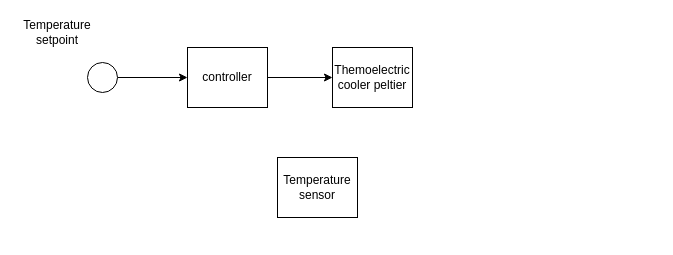
Earlier version of the draw.io diagram blockdiagram.drawio (Taweechokk/file). Source tidied: cells renumbered, new cells numbered last; positions are measured from the earlier drawing's top-left corner, leaving out a move shared by most shapes. Both pictures are drawn from the tidied source at 100%, with x=0, y=0 at pixel (27, 17).
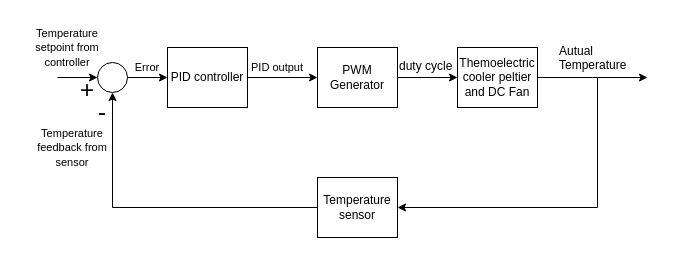
After the change.

The edit, as a diff of the source:
```diff
@@
-    <mxCell id="2" style="edgeStyle=orthogonalEdgeStyle;rounded=0;jettySize=auto;html=1;" parent="1" edge="1" source="3" target="4">
-      <mxGeometry relative="1" as="geometry" />
-    </mxCell>
+    <mxCell id="9" style="edgeStyle=orthogonalEdgeStyle;rounded=0;jettySize=auto;html=1;" parent="1" edge="1" source="3" target="18">
+      <mxGeometry relative="1" as="geometry" />
+    </mxCell>
-    <mxCell id="3" value="controller" style="rounded=0;whiteSpace=wrap;html=1;" parent="1" vertex="1">
-      <mxGeometry x="160" y="30" width="80" height="60" as="geometry" />
+    <mxCell id="3" value="PID controller" style="rounded=0;whiteSpace=wrap;html=1;" parent="1" vertex="1">
+      <mxGeometry x="140" y="30" width="80" height="60" as="geometry" />
     </mxCell>
+    <mxCell id="10" style="edgeStyle=orthogonalEdgeStyle;rounded=0;jettySize=auto;html=1;" parent="1" edge="1" source="4">
+      <mxGeometry relative="1" as="geometry">
+        <mxPoint x="620" y="60" as="targetPoint" />
+      </mxGeometry>
+    </mxCell>
-    <mxCell id="4" value="Themoelectric cooler peltier" style="rounded=0;whiteSpace=wrap;html=1;" parent="1" vertex="1">
-      <mxGeometry x="305" y="30" width="80" height="60" as="geometry" />
+    <mxCell id="4" value="Themoelectric cooler peltier&lt;div&gt;and DC Fan&lt;/div&gt;" style="rounded=0;whiteSpace=wrap;html=1;" parent="1" vertex="1">
+      <mxGeometry x="430" y="30" width="80" height="60" as="geometry" />
     </mxCell>
+    <mxCell id="11" style="edgeStyle=orthogonalEdgeStyle;rounded=0;jettySize=auto;html=1;entryX=0.5;entryY=1;entryDx=0;entryDy=0;" parent="1" edge="1" source="5" target="7">
+      <mxGeometry relative="1" as="geometry" />
+    </mxCell>
     <mxCell id="5" value="Temperature sensor" style="rounded=0;whiteSpace=wrap;html=1;" parent="1" vertex="1">
-      <mxGeometry x="250" y="140" width="80" height="60" as="geometry" />
+      <mxGeometry x="290" y="160" width="80" height="60" as="geometry" />
     </mxCell>
@@
     <mxCell id="7" style="ellipse;whiteSpace=wrap;html=1;" parent="1" vertex="1">
-      <mxGeometry x="60" y="45" width="30" height="30" as="geometry" />
+      <mxGeometry x="70" y="45" width="30" height="30" as="geometry" />
     </mxCell>
-    <mxCell id="8" value="Temperature setpoint" style="text;html=1;align=center;verticalAlign=middle;whiteSpace=wrap;rounded=0;" parent="1" vertex="1">
-      <mxGeometry width="60" height="30" as="geometry" />
+    <mxCell id="8" value="&lt;font style=&quot;font-size: 11px;&quot;&gt;Temperature setpoint from controller&lt;/font&gt;" style="text;html=1;align=center;verticalAlign=middle;whiteSpace=wrap;rounded=0;" parent="1" vertex="1">
+      <mxGeometry x="-10" y="10" width="100" height="40" as="geometry" />
     </mxCell>
+    <mxCell id="12" value="&lt;font style=&quot;font-size: 24px;&quot;&gt;+&lt;/font&gt;" style="text;html=1;align=center;verticalAlign=middle;whiteSpace=wrap;rounded=0;" parent="1" vertex="1">
+      <mxGeometry x="50" y="60" width="20" height="25" as="geometry" />
+    </mxCell>
+    <mxCell id="13" value="&lt;font style=&quot;font-size: 24px;&quot;&gt;-&lt;/font&gt;" style="text;html=1;align=center;verticalAlign=middle;whiteSpace=wrap;rounded=0;" parent="1" vertex="1">
+      <mxGeometry x="60" y="85" width="30" height="20" as="geometry" />
+    </mxCell>
+    <mxCell id="14" style="endArrow=classic;html=1;rounded=0;entryX=0;entryY=0.5;entryDx=0;entryDy=0;" parent="1" edge="1" target="7">
+      <mxGeometry relative="1" as="geometry">
+        <mxPoint x="30" y="60" as="sourcePoint" />
+      </mxGeometry>
+    </mxCell>
+    <mxCell id="15" value="&lt;font style=&quot;font-size: 11px;&quot;&gt;Temperature feedback from sensor&lt;/font&gt;" style="text;html=1;align=center;verticalAlign=middle;whiteSpace=wrap;rounded=0;" parent="1" vertex="1">
+      <mxGeometry y="110" width="90" height="40" as="geometry" />
+    </mxCell>
+    <mxCell id="16" value="&lt;font style=&quot;font-size: 11px;&quot;&gt;PID output&lt;/font&gt;" style="text;html=1;align=center;verticalAlign=middle;whiteSpace=wrap;rounded=0;" parent="1" vertex="1">
+      <mxGeometry x="220" y="35" width="60" height="30" as="geometry" />
+    </mxCell>
+    <mxCell id="17" style="edgeStyle=orthogonalEdgeStyle;rounded=0;jettySize=auto;html=1;" parent="1" edge="1" source="18" target="4">
+      <mxGeometry relative="1" as="geometry" />
+    </mxCell>
+    <mxCell id="18" value="PWM Generator" style="rounded=0;whiteSpace=wrap;html=1;" parent="1" vertex="1">
+      <mxGeometry x="290" y="30" width="80" height="60" as="geometry" />
+    </mxCell>
+    <mxCell id="19" value="Autual&#10;Temperature" style="text;whiteSpace=wrap;" parent="1" vertex="1">
+      <mxGeometry x="530" y="20" width="40" height="40" as="geometry" />
+    </mxCell>
+    <mxCell id="20" value="&lt;font style=&quot;font-size: 11px;&quot;&gt;Error&lt;/font&gt;" style="text;html=1;align=center;verticalAlign=middle;whiteSpace=wrap;rounded=0;" parent="1" vertex="1">
+      <mxGeometry x="100" y="35" width="40" height="30" as="geometry" />
+    </mxCell>
+    <mxCell id="21" style="endArrow=none;html=1;rounded=0;" parent="1" edge="1">
+      <mxGeometry relative="1" as="geometry">
+        <mxPoint x="570" y="190" as="sourcePoint" />
+        <mxPoint x="570" y="60" as="targetPoint" />
+      </mxGeometry>
+    </mxCell>
+    <mxCell id="22" style="endArrow=classic;html=1;rounded=0;entryX=1;entryY=0.5;entryDx=0;entryDy=0;" parent="1" edge="1" target="5">
+      <mxGeometry relative="1" as="geometry">
+        <mxPoint x="570" y="190" as="sourcePoint" />
+      </mxGeometry>
+    </mxCell>
+    <mxCell id="23" value="duty cycle" style="text;whiteSpace=wrap;" parent="1" vertex="1">
+      <mxGeometry x="370" y="35" width="60" height="40" as="geometry" />
+    </mxCell>
```
